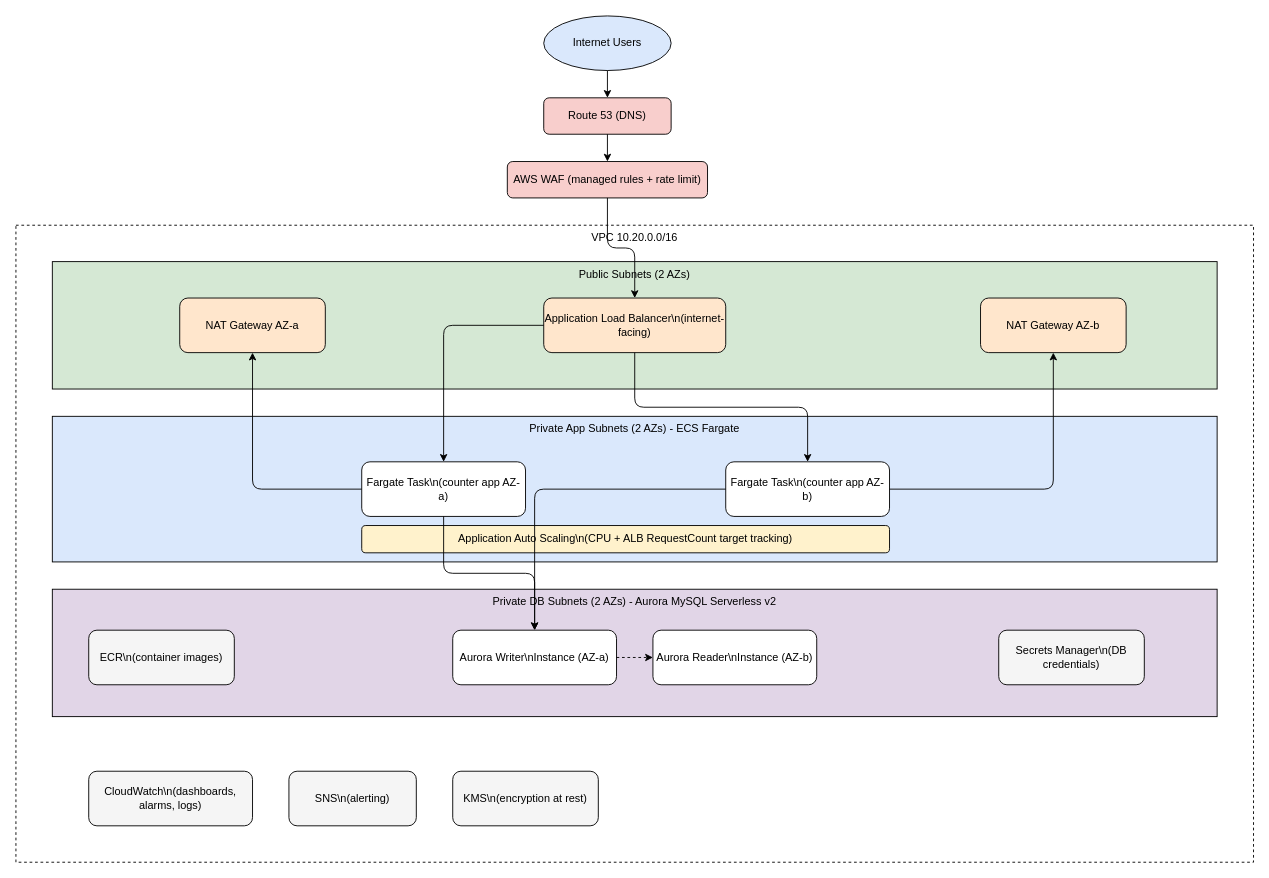
Before: docs/diagram.drawio in Priyankgulhane27/BluePeak, a draw.io diagram. Source tidied: cells renumbered, new cells numbered last; positions are measured from the earlier drawing's top-left corner, leaving out a move shared by most shapes. Both pictures are drawn from the tidied source at 91%, with x=0, y=0 at pixel (15, 15).
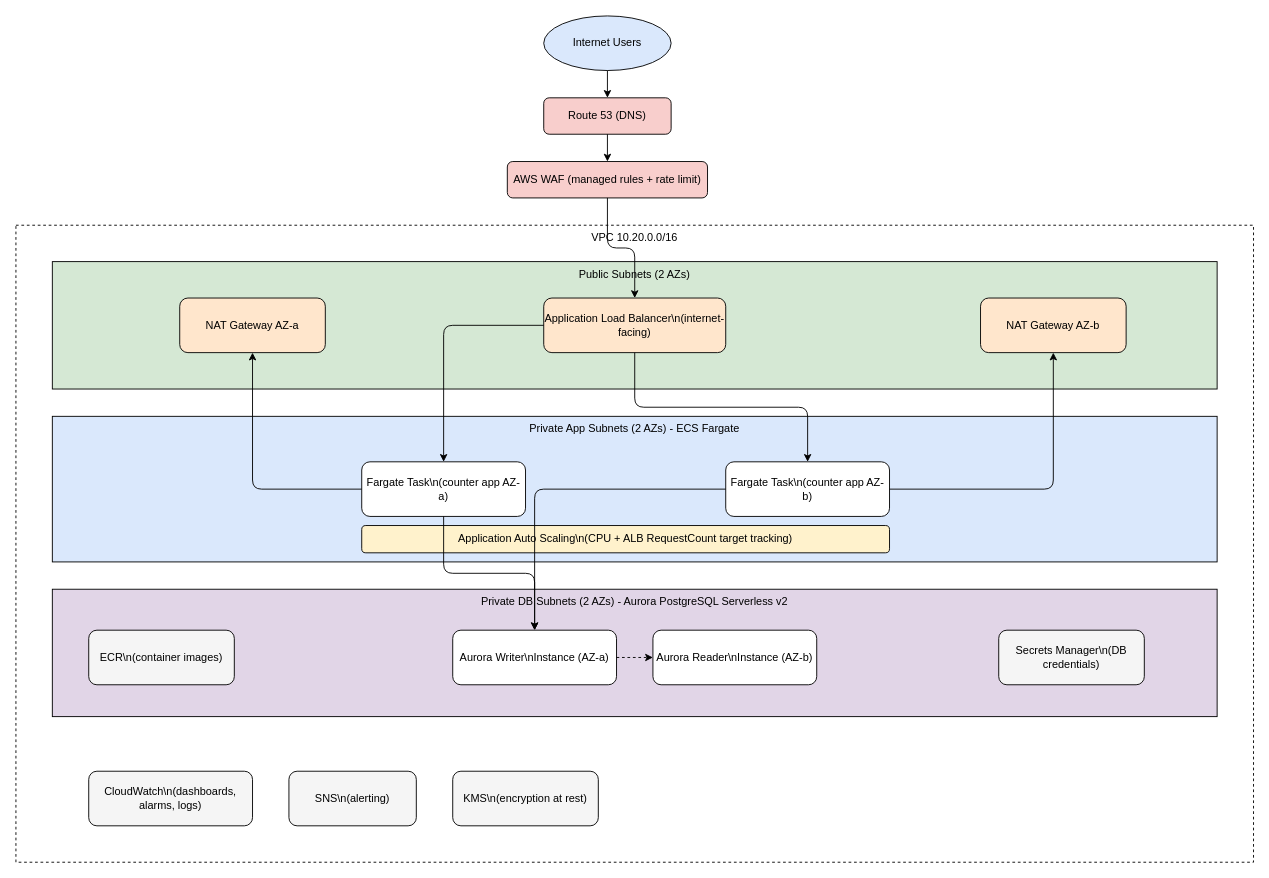
The same page after the edit.

Change to the diagram source:
```diff
@@
-    <mxCell id="14" value="Private DB Subnets (2 AZs) - Aurora MySQL Serverless v2" style="rounded=0;whiteSpace=wrap;html=1;verticalAlign=top;fillColor=#e1d5e7;" parent="1" vertex="1">
+    <mxCell id="14" value="Private DB Subnets (2 AZs) - Aurora PostgreSQL Serverless v2" style="rounded=0;whiteSpace=wrap;html=1;verticalAlign=top;fillColor=#e1d5e7;" parent="1" vertex="1">
       <mxGeometry x="40" y="630" width="1280" height="140" as="geometry" />
     </mxCell>
```
